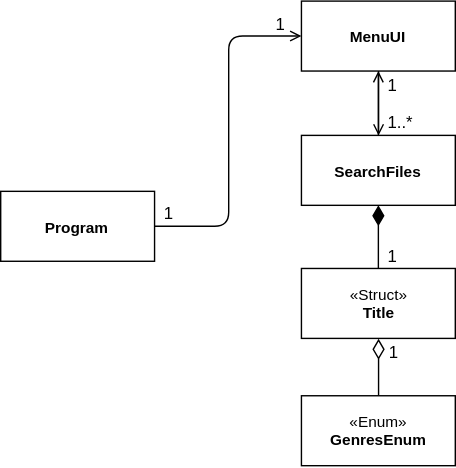
Before: UML.svg, a diagram exported from draw.io (DianaNoia/LP2_Projeto1). Source tidied: cells renumbered, new cells last; positions are measured from the earlier drawing's top-left corner, leaving out a move shared by most shapes. Its diagram source:
```xml
<mxGraphModel>
  <root>
    <mxCell id="0" />
    <mxCell id="1" parent="0" />
    <mxCell id="2" style="endArrow=open;endFill=0;html=1;edgeStyle=orthogonalEdgeStyle;align=left;verticalAlign=top;exitX=1;exitY=0.5;exitDx=0;exitDy=0;entryX=0;entryY=0.5;entryDx=0;entryDy=0;" parent="1" edge="1" source="14" target="17">
      <mxGeometry x="1" y="-194" relative="1" as="geometry">
        <mxPoint x="34" y="110" as="offset" />
      </mxGeometry>
    </mxCell>
    <mxCell id="3" style="endArrow=diamondThin;endFill=1;html=1;edgeStyle=orthogonalEdgeStyle;align=left;verticalAlign=top;endSize=12;entryX=0.5;entryY=1;entryDx=0;entryDy=0;exitX=0.5;exitY=0;exitDx=0;exitDy=0;" parent="1" edge="1">
      <mxGeometry x="1" y="-194" relative="1" as="geometry">
        <mxPoint x="270" y="192" as="sourcePoint" />
        <mxPoint x="270" y="146" as="targetPoint" />
        <Array as="points">
          <mxPoint x="270" y="162.1" />
          <mxPoint x="270" y="162.1" />
        </Array>
        <mxPoint x="34" y="110" as="offset" />
      </mxGeometry>
    </mxCell>
    <mxCell id="4" style="endArrow=diamondThin;endFill=0;html=1;edgeStyle=orthogonalEdgeStyle;align=left;verticalAlign=top;strokeWidth=1;entryX=0.5;entryY=1;entryDx=0;entryDy=0;endSize=12;exitX=0.5;exitY=0;exitDx=0;exitDy=0;" parent="1" edge="1">
      <mxGeometry x="1" y="-194" relative="1" as="geometry">
        <mxPoint x="270.1" y="282" as="sourcePoint" />
        <mxPoint x="270.1" y="241.4" as="targetPoint" />
        <mxPoint x="34" y="110" as="offset" />
      </mxGeometry>
    </mxCell>
    <mxCell id="5" style="endArrow=open;endFill=0;html=1;edgeStyle=orthogonalEdgeStyle;align=left;verticalAlign=top;exitX=0.5;exitY=1;exitDx=0;exitDy=0;entryX=0.5;entryY=0;entryDx=0;entryDy=0;" parent="1" edge="1">
      <mxGeometry x="1" y="-194" relative="1" as="geometry">
        <mxPoint x="270.1" y="49.9" as="sourcePoint" />
        <mxPoint x="270.1" y="96.1" as="targetPoint" />
        <mxPoint x="34" y="110" as="offset" />
      </mxGeometry>
    </mxCell>
    <mxCell id="6" style="endArrow=open;endFill=0;html=1;edgeStyle=orthogonalEdgeStyle;align=left;verticalAlign=top;entryX=0.5;entryY=1;entryDx=0;entryDy=0;exitX=0.5;exitY=0;exitDx=0;exitDy=0;" parent="1" edge="1">
      <mxGeometry x="1" y="-194" relative="1" as="geometry">
        <mxPoint x="270" y="96" as="sourcePoint" />
        <mxPoint x="270" y="50" as="targetPoint" />
        <Array as="points">
          <mxPoint x="270" y="86" />
          <mxPoint x="270" y="86" />
        </Array>
        <mxPoint x="34" y="110" as="offset" />
      </mxGeometry>
    </mxCell>
    <mxCell id="7" value="1" style="text;html=1;align=center;verticalAlign=middle;" parent="1" vertex="1">
      <mxGeometry x="110" y="141" width="20" height="20" as="geometry" />
    </mxCell>
    <mxCell id="8" value="1" style="text;html=1;align=center;verticalAlign=middle;" parent="1" vertex="1">
      <mxGeometry x="190" y="6" width="20" height="20" as="geometry" />
    </mxCell>
    <mxCell id="9" value="1" style="text;html=1;align=center;verticalAlign=middle;" parent="1" vertex="1">
      <mxGeometry x="270" y="50" width="20" height="20" as="geometry" />
    </mxCell>
    <mxCell id="10" value="1..*" style="text;html=1;align=center;verticalAlign=middle;" parent="1" vertex="1">
      <mxGeometry x="271" y="76" width="30" height="20" as="geometry" />
    </mxCell>
    <mxCell id="11" value="1" style="text;html=1;align=center;verticalAlign=middle;" parent="1" vertex="1">
      <mxGeometry x="270" y="172.1" width="20" height="20" as="geometry" />
    </mxCell>
    <mxCell id="12" value="1" style="text;html=1;align=center;verticalAlign=middle;" parent="1" vertex="1">
      <mxGeometry x="271" y="241.1" width="20" height="20" as="geometry" />
    </mxCell>
    <mxCell id="13" value="«Struct»&lt;br&gt;&lt;b&gt;Title&lt;/b&gt;" style="html=1;fontSize=11;" parent="1" vertex="1">
      <mxGeometry x="215" y="191.1" width="110" height="50" as="geometry" />
    </mxCell>
    <mxCell id="14" value="Program" style="html=1;fontSize=11;fontStyle=1;" parent="1" vertex="1">
      <mxGeometry y="136" width="110" height="50" as="geometry" />
    </mxCell>
    <mxCell id="15" value="«Enum»&lt;br&gt;&lt;b&gt;GenresEnum&lt;/b&gt;" style="html=1;fontSize=11;" parent="1" vertex="1">
      <mxGeometry x="215" y="282.1" width="110" height="50" as="geometry" />
    </mxCell>
    <mxCell id="16" value="SearchFiles" style="html=1;fontSize=11;fontStyle=1;" parent="1" vertex="1">
      <mxGeometry x="215" y="96" width="110" height="50" as="geometry" />
    </mxCell>
    <mxCell id="17" value="MenuUI" style="html=1;fontSize=11;fontStyle=1;" parent="1" vertex="1">
      <mxGeometry x="215" width="110" height="50" as="geometry" />
    </mxCell>
  </root>
</mxGraphModel>
```
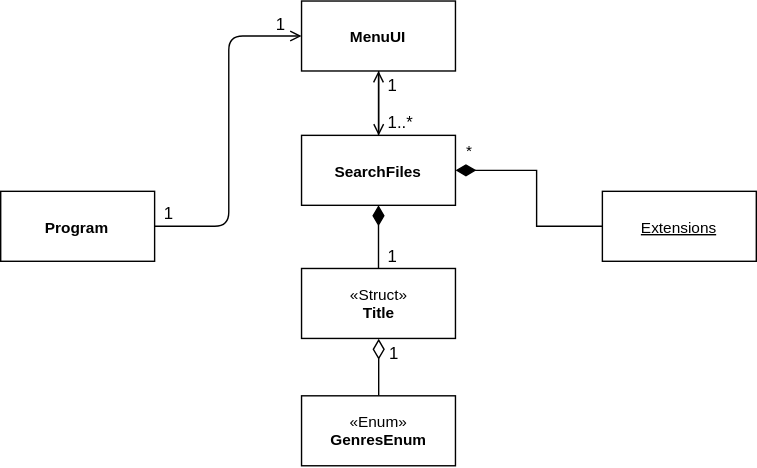
After the change.

The edit, as a diff of the source:
```diff
@@ -76,5 +76,14 @@
     <mxCell id="17" value="MenuUI" style="html=1;fontSize=11;fontStyle=1;" parent="1" vertex="1">
       <mxGeometry x="215" width="110" height="50" as="geometry" />
     </mxCell>
+    <mxCell id="18" style="edgeStyle=orthogonalEdgeStyle;rounded=0;jettySize=auto;html=1;entryX=1;entryY=0.5;entryDx=0;entryDy=0;endArrow=diamondThin;endFill=1;endSize=12;strokeWidth=1;fontSize=11;elbow=vertical;exitX=0;exitY=0.5;exitDx=0;exitDy=0;" parent="1" edge="1" source="19" target="16">
+      <mxGeometry relative="1" as="geometry" />
+    </mxCell>
+    <mxCell id="19" value="Extensions" style="html=1;fontSize=11;fontStyle=4;" parent="1" vertex="1">
+      <mxGeometry x="430" y="136" width="110" height="50" as="geometry" />
+    </mxCell>
+    <mxCell id="20" value="*" style="text;html=1;align=center;verticalAlign=middle;fontSize=11;" parent="1" vertex="1">
+      <mxGeometry x="325" y="96" width="20" height="20" as="geometry" />
+    </mxCell>
   </root>
 </mxGraphModel>
```
